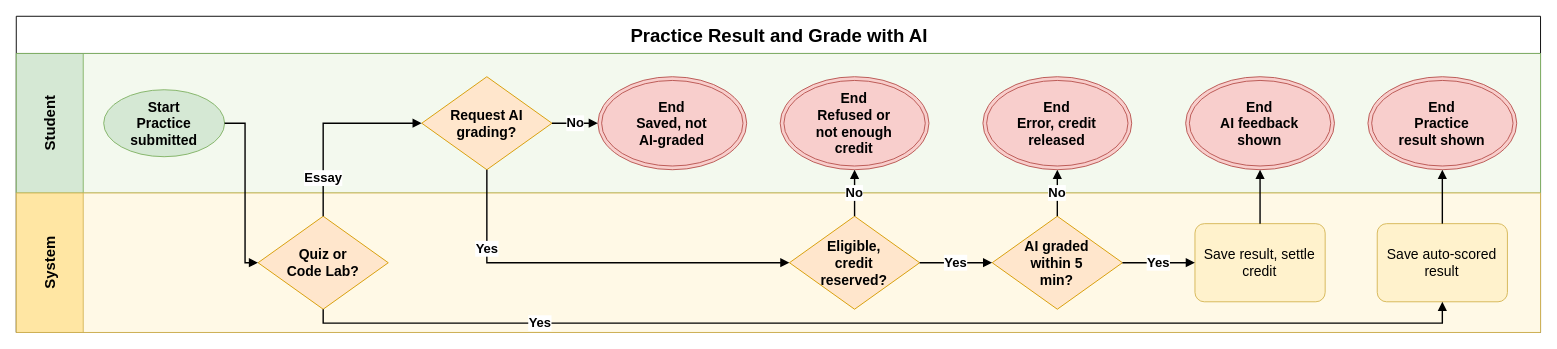
hygef-v4/AI-Powered-Learning-Platform keeps this draw.io diagram as aidlc-docs/inception/main-business-flows/BF-07-Practice-Result-and-Grade-with-AI.drawio. Above is the earlier version. Source tidied: cells renumbered, new cells numbered last; positions are measured from the earlier drawing's top-left corner, leaving out a move shared by most shapes. Both pictures are drawn from the tidied source at 93%, with x=0, y=0 at pixel (16, 16).
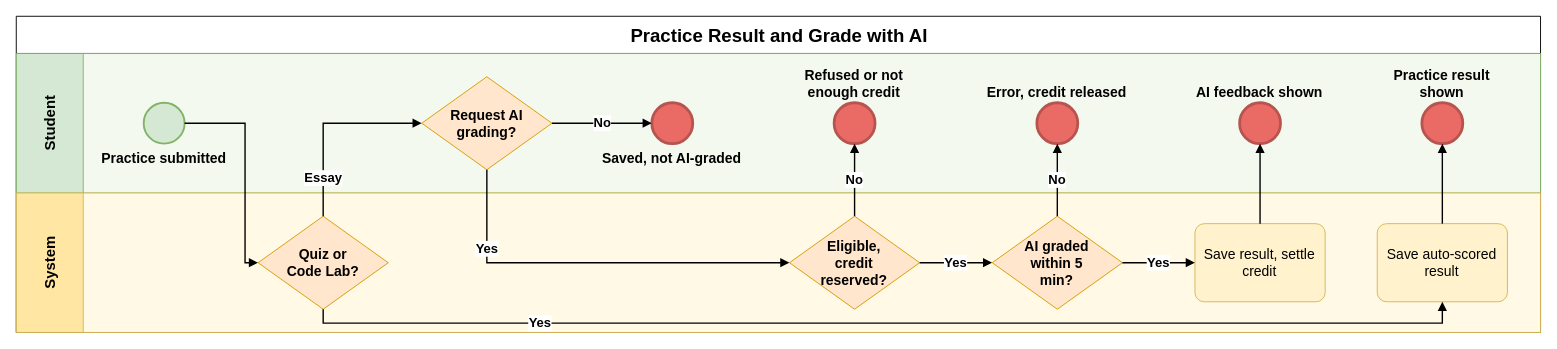
After the change.

The change refers to these unchanged cells:
```xml
<mxCell id="3" value="Student" style="swimlane;startSize=72;horizontal=0;html=1;whiteSpace=wrap;fillColor=#D5E8D4;swimlaneFillColor=#F3F9EE;strokeColor=#82B366;fontSize=16;fontStyle=1;align=center;verticalAlign=middle;spacing=4;" parent="2" vertex="1">
  <mxGeometry y="40" width="1639" height="150" as="geometry" />
</mxCell>
```

What changed in the source:
```diff
@@
-    <mxCell id="5" value="Start&lt;br&gt;Practice submitted" style="ellipse;whiteSpace=wrap;html=1;fillColor=#D5E8D4;strokeColor=#82B366;fontStyle=1;fontSize=15;" parent="3" vertex="1">
-      <mxGeometry x="94" y="39" width="130" height="72" as="geometry" />
+    <mxCell id="5" value="Practice submitted" style="ellipse;html=1;fillColor=#D5E8D4;strokeColor=#82B366;strokeWidth=2;fontStyle=1;fontSize=15;whiteSpace=wrap;verticalLabelPosition=bottom;verticalAlign=top;labelPosition=center;align=center;labelWidth=150;" parent="3" vertex="1">
+      <mxGeometry x="137" y="53" width="44" height="44" as="geometry" />
     </mxCell>
@@
-    <mxCell id="8" value="End&lt;br&gt;Saved, not AI-graded" style="ellipse;shape=doubleEllipse;whiteSpace=wrap;html=1;fillColor=#F8CECC;strokeColor=#B85450;fontStyle=1;fontSize=15;spacingLeft=26;spacingRight=26;" parent="3" vertex="1">
-      <mxGeometry x="625.4" y="25" width="160" height="100" as="geometry" />
+    <mxCell id="8" value="Saved, not AI-graded" style="ellipse;html=1;fillColor=#EA6B66;strokeColor=#B85450;strokeWidth=3;fontStyle=1;fontSize=15;whiteSpace=wrap;verticalLabelPosition=bottom;verticalAlign=top;labelPosition=center;align=center;labelWidth=150;" parent="3" vertex="1">
+      <mxGeometry x="683.4" y="53" width="44" height="44" as="geometry" />
     </mxCell>
@@
-    <mxCell id="10" value="End&lt;br&gt;Refused or not enough credit" style="ellipse;shape=doubleEllipse;whiteSpace=wrap;html=1;fillColor=#F8CECC;strokeColor=#B85450;fontStyle=1;fontSize=15;spacingLeft=26;spacingRight=26;" parent="3" vertex="1">
-      <mxGeometry x="821.4" y="25" width="160" height="100" as="geometry" />
+    <mxCell id="10" value="Refused or not enough credit" style="ellipse;html=1;fillColor=#EA6B66;strokeColor=#B85450;strokeWidth=3;fontStyle=1;fontSize=15;whiteSpace=wrap;verticalLabelPosition=top;verticalAlign=bottom;labelPosition=center;align=center;labelWidth=150;" parent="3" vertex="1">
+      <mxGeometry x="879.4" y="53" width="44" height="44" as="geometry" />
     </mxCell>
@@
-    <mxCell id="12" value="End&lt;br&gt;Error, credit released" style="ellipse;shape=doubleEllipse;whiteSpace=wrap;html=1;fillColor=#F8CECC;strokeColor=#B85450;fontStyle=1;fontSize=15;spacingLeft=26;spacingRight=26;" parent="3" vertex="1">
-      <mxGeometry x="1039.4" y="25" width="160" height="100" as="geometry" />
+    <mxCell id="12" value="Error, credit released" style="ellipse;html=1;fillColor=#EA6B66;strokeColor=#B85450;strokeWidth=3;fontStyle=1;fontSize=15;whiteSpace=wrap;verticalLabelPosition=top;verticalAlign=bottom;labelPosition=center;align=center;labelWidth=150;" parent="3" vertex="1">
+      <mxGeometry x="1097.4" y="53" width="44" height="44" as="geometry" />
     </mxCell>
@@
-    <mxCell id="14" value="End&lt;br&gt;AI feedback shown" style="ellipse;shape=doubleEllipse;whiteSpace=wrap;html=1;fillColor=#F8CECC;strokeColor=#B85450;fontStyle=1;fontSize=15;spacingLeft=26;spacingRight=26;" parent="3" vertex="1">
-      <mxGeometry x="1257.4" y="25" width="160" height="100" as="geometry" />
+    <mxCell id="14" value="AI feedback shown" style="ellipse;html=1;fillColor=#EA6B66;strokeColor=#B85450;strokeWidth=3;fontStyle=1;fontSize=15;whiteSpace=wrap;verticalLabelPosition=top;verticalAlign=bottom;labelPosition=center;align=center;labelWidth=150;" parent="3" vertex="1">
+      <mxGeometry x="1315.4" y="53" width="44" height="44" as="geometry" />
     </mxCell>
@@
-    <mxCell id="16" value="End&lt;br&gt;Practice result shown" style="ellipse;shape=doubleEllipse;whiteSpace=wrap;html=1;fillColor=#F8CECC;strokeColor=#B85450;fontStyle=1;fontSize=15;spacingLeft=26;spacingRight=26;" parent="3" vertex="1">
-      <mxGeometry x="1453.4" y="25" width="160" height="100" as="geometry" />
+    <mxCell id="16" value="Practice result shown" style="ellipse;html=1;fillColor=#EA6B66;strokeColor=#B85450;strokeWidth=3;fontStyle=1;fontSize=15;whiteSpace=wrap;verticalLabelPosition=top;verticalAlign=bottom;labelPosition=center;align=center;labelWidth=150;" parent="3" vertex="1">
+      <mxGeometry x="1511.4" y="53" width="44" height="44" as="geometry" />
     </mxCell>
```
